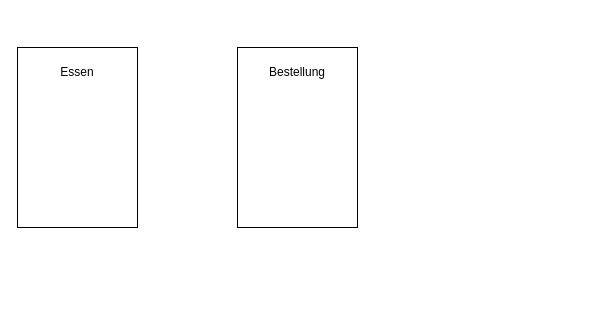
Before: C#/img/anwendung.drawio in labpa/Schule, a draw.io diagram. Source tidied: cells renumbered, new cells numbered last; positions are measured from the earlier drawing's top-left corner, leaving out a move shared by most shapes. Both pictures are drawn from the tidied source at 100%, with x=0, y=0 at pixel (17, 47).
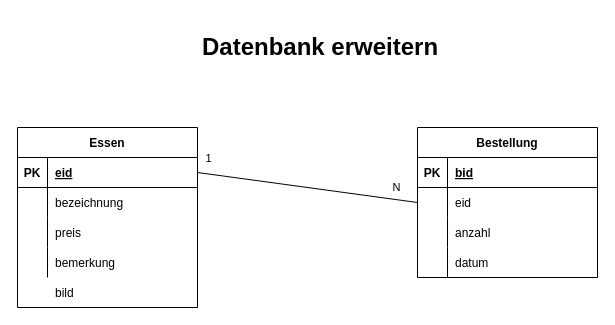
The same diagram, later.

Diff of the diagram source:
```diff
@@
-    <mxCell id="2" style="rounded=0;whiteSpace=wrap;html=1;" parent="1" vertex="1">
-      <mxGeometry width="120" height="180" as="geometry" />
-    </mxCell>
-    <mxCell id="3" style="rounded=0;whiteSpace=wrap;html=1;" parent="1" vertex="1">
-      <mxGeometry x="220" width="120" height="180" as="geometry" />
-    </mxCell>
+    <mxCell id="5" value="Essen" style="shape=table;startSize=30;childLayout=tableLayout;rowLines=0;fontStyle=1;align=center;" parent="1" vertex="1">
+      <mxGeometry y="80" width="180" height="180" as="geometry" />
+    </mxCell>
+    <mxCell id="6" style="shape=tableRow;horizontal=0;startSize=0;swimlaneHead=0;swimlaneBody=0;fillColor=none;points=[[0,0.5],[1,0.5]];portConstraint=eastwest;top=0;left=0;right=0;bottom=1;" parent="5" vertex="1">
+      <mxGeometry y="30" width="180" height="30" as="geometry" />
+    </mxCell>
+    <mxCell id="7" value="PK" style="shape=partialRectangle;fillColor=none;top=0;left=0;bottom=0;right=0;fontStyle=1;overflow=hidden;" parent="6" vertex="1">
+      <mxGeometry width="30" height="30" as="geometry" />
+    </mxCell>
+    <mxCell id="8" value="eid" style="shape=partialRectangle;fillColor=none;top=0;left=0;bottom=0;right=0;align=left;spacingLeft=6;fontStyle=5;overflow=hidden;" parent="6" vertex="1">
+      <mxGeometry x="30" width="150" height="30" as="geometry" />
+    </mxCell>
+    <mxCell id="9" style="shape=tableRow;horizontal=0;startSize=0;swimlaneHead=0;swimlaneBody=0;fillColor=none;top=0;left=0;right=0;bottom=0;" parent="5" vertex="1">
+      <mxGeometry y="60" width="180" height="30" as="geometry" />
+    </mxCell>
+    <mxCell id="10" style="shape=partialRectangle;fillColor=none;top=0;left=0;bottom=0;right=0;overflow=hidden;" parent="9" vertex="1">
+      <mxGeometry width="30" height="30" as="geometry" />
+    </mxCell>
+    <mxCell id="11" value="bezeichnung" style="shape=partialRectangle;fillColor=none;top=0;left=0;bottom=0;right=0;align=left;spacingLeft=6;overflow=hidden;" parent="9" vertex="1">
+      <mxGeometry x="30" width="150" height="30" as="geometry" />
+    </mxCell>
+    <mxCell id="12" style="shape=tableRow;horizontal=0;startSize=0;swimlaneHead=0;swimlaneBody=0;fillColor=none;top=0;left=0;right=0;bottom=0;" parent="5" vertex="1">
+      <mxGeometry y="90" width="180" height="30" as="geometry" />
+    </mxCell>
+    <mxCell id="13" style="shape=partialRectangle;fillColor=none;top=0;left=0;bottom=0;right=0;overflow=hidden;" parent="12" vertex="1">
+      <mxGeometry width="30" height="30" as="geometry" />
+    </mxCell>
+    <mxCell id="14" value="preis" style="shape=partialRectangle;fillColor=none;top=0;left=0;bottom=0;right=0;align=left;spacingLeft=6;overflow=hidden;" parent="12" vertex="1">
+      <mxGeometry x="30" width="150" height="30" as="geometry" />
+    </mxCell>
+    <mxCell id="15" style="shape=tableRow;horizontal=0;startSize=0;swimlaneHead=0;swimlaneBody=0;fillColor=none;top=0;left=0;right=0;bottom=0;" parent="5" vertex="1">
+      <mxGeometry y="120" width="180" height="30" as="geometry" />
+    </mxCell>
+    <mxCell id="16" style="shape=partialRectangle;fillColor=none;top=0;left=0;bottom=0;right=0;overflow=hidden;" parent="15" vertex="1">
+      <mxGeometry width="30" height="30" as="geometry" />
+    </mxCell>
+    <mxCell id="17" value="bemerkung" style="shape=partialRectangle;fillColor=none;top=0;left=0;bottom=0;right=0;align=left;spacingLeft=6;overflow=hidden;" parent="15" vertex="1">
+      <mxGeometry x="30" width="150" height="30" as="geometry" />
+    </mxCell>
-    <mxCell id="4" value="Bestellung" style="text;html=1;strokeColor=none;fillColor=none;align=center;verticalAlign=middle;whiteSpace=wrap;rounded=0;" parent="1" vertex="1">
-      <mxGeometry x="250" y="10" width="60" height="30" as="geometry" />
+    <mxCell id="4" value="Bestellung" style="shape=table;startSize=30;childLayout=tableLayout;rowLines=0;fontStyle=1;align=center;" parent="1" vertex="1">
+      <mxGeometry x="400" y="80" width="180" height="150" as="geometry" />
     </mxCell>
-    <mxCell id="5" value="Essen" style="text;html=1;strokeColor=none;fillColor=none;align=center;verticalAlign=middle;whiteSpace=wrap;rounded=0;" parent="1" vertex="1">
-      <mxGeometry x="30" y="10" width="60" height="30" as="geometry" />
-    </mxCell>
+    <mxCell id="18" style="shape=tableRow;horizontal=0;startSize=0;swimlaneHead=0;swimlaneBody=0;fillColor=none;top=0;left=0;right=0;bottom=1;" parent="4" vertex="1">
+      <mxGeometry y="30" width="180" height="30" as="geometry" />
+    </mxCell>
+    <mxCell id="19" value="PK" style="shape=partialRectangle;fillColor=none;top=0;left=0;bottom=0;right=0;fontStyle=1;overflow=hidden;" parent="18" vertex="1">
+      <mxGeometry width="30" height="30" as="geometry" />
+    </mxCell>
+    <mxCell id="20" value="bid" style="shape=partialRectangle;fillColor=none;top=0;left=0;bottom=0;right=0;align=left;spacingLeft=6;fontStyle=5;overflow=hidden;" parent="18" vertex="1">
+      <mxGeometry x="30" width="150" height="30" as="geometry" />
+    </mxCell>
+    <mxCell id="21" style="shape=tableRow;horizontal=0;startSize=0;swimlaneHead=0;swimlaneBody=0;fillColor=none;points=[[0,0.5],[1,0.5]];portConstraint=eastwest;top=0;left=0;right=0;bottom=0;" parent="4" vertex="1">
+      <mxGeometry y="60" width="180" height="30" as="geometry" />
+    </mxCell>
+    <mxCell id="22" style="shape=partialRectangle;fillColor=none;top=0;left=0;bottom=0;right=0;overflow=hidden;" parent="21" vertex="1">
+      <mxGeometry width="30" height="30" as="geometry" />
+    </mxCell>
+    <mxCell id="23" value="eid" style="shape=partialRectangle;fillColor=none;top=0;left=0;bottom=0;right=0;align=left;spacingLeft=6;overflow=hidden;" parent="21" vertex="1">
+      <mxGeometry x="30" width="150" height="30" as="geometry" />
+    </mxCell>
+    <mxCell id="24" style="shape=tableRow;horizontal=0;startSize=0;swimlaneHead=0;swimlaneBody=0;fillColor=none;top=0;left=0;right=0;bottom=0;" parent="4" vertex="1">
+      <mxGeometry y="90" width="180" height="30" as="geometry" />
+    </mxCell>
+    <mxCell id="25" style="shape=partialRectangle;fillColor=none;top=0;left=0;bottom=0;right=0;overflow=hidden;" parent="24" vertex="1">
+      <mxGeometry width="30" height="30" as="geometry" />
+    </mxCell>
+    <mxCell id="26" value="anzahl" style="shape=partialRectangle;fillColor=none;top=0;left=0;bottom=0;right=0;align=left;spacingLeft=6;overflow=hidden;" parent="24" vertex="1">
+      <mxGeometry x="30" width="150" height="30" as="geometry" />
+    </mxCell>
+    <mxCell id="27" style="shape=tableRow;horizontal=0;startSize=0;swimlaneHead=0;swimlaneBody=0;fillColor=none;top=0;left=0;right=0;bottom=0;" parent="4" vertex="1">
+      <mxGeometry y="120" width="180" height="30" as="geometry" />
+    </mxCell>
+    <mxCell id="28" style="shape=partialRectangle;fillColor=none;top=0;left=0;bottom=0;right=0;overflow=hidden;" parent="27" vertex="1">
+      <mxGeometry width="30" height="30" as="geometry" />
+    </mxCell>
+    <mxCell id="29" value="datum " style="shape=partialRectangle;fillColor=none;top=0;left=0;bottom=0;right=0;align=left;spacingLeft=6;overflow=hidden;" parent="27" vertex="1">
+      <mxGeometry x="30" width="150" height="30" as="geometry" />
+    </mxCell>
+    <mxCell id="30" value="bild" style="shape=partialRectangle;fillColor=none;top=0;left=0;bottom=0;right=0;align=left;spacingLeft=6;overflow=hidden;" parent="1" vertex="1">
+      <mxGeometry x="30" y="230" width="150" height="30" as="geometry" />
+    </mxCell>
+    <mxCell id="31" style="endArrow=none;html=1;exitX=1;exitY=0.5;exitDx=0;exitDy=0;entryX=0;entryY=0.5;entryDx=0;entryDy=0;" parent="1" edge="1" source="6" target="21">
+      <mxGeometry relative="1" as="geometry" />
+    </mxCell>
+    <mxCell id="32" value="1" style="edgeLabel;html=1;align=center;verticalAlign=middle;" parent="31" vertex="1">
+      <mxGeometry x="0.29" y="3" relative="1" as="geometry">
+        <mxPoint x="-132" y="-31" as="offset" />
+      </mxGeometry>
+    </mxCell>
+    <mxCell id="33" value="N" style="edgeLabel;html=1;align=center;verticalAlign=middle;" parent="31" vertex="1">
+      <mxGeometry x="0.58" y="1" relative="1" as="geometry">
+        <mxPoint x="25" y="-8" as="offset" />
+      </mxGeometry>
+    </mxCell>
+    <mxCell id="34" value="&lt;h1&gt;Datenbank erweitern&lt;/h1&gt;" style="text;html=1;strokeColor=none;fillColor=none;spacing=5;spacingTop=-20;whiteSpace=wrap;overflow=hidden;rounded=0;" parent="1" vertex="1">
+      <mxGeometry x="180" y="-20" width="270" height="50" as="geometry" />
+    </mxCell>
```
